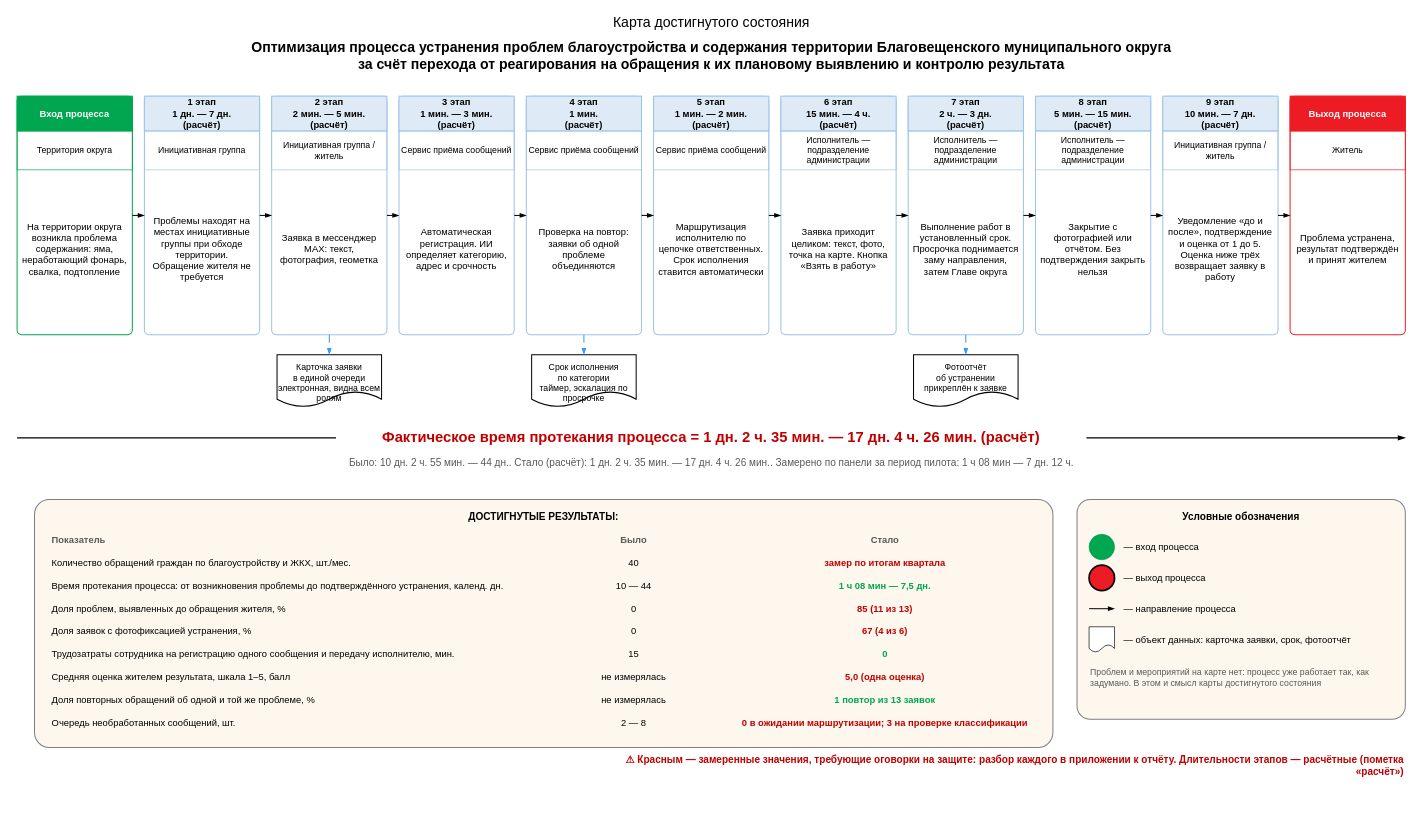
NiceGenn/Team-28-progress keeps this draw.io diagram as файлы/karta-dostignutogo.drawio. Above is the earlier version. Source tidied: cells renumbered, new cells numbered last; positions are measured from the earlier drawing's top-left corner, leaving out a move shared by most shapes. Both pictures are drawn from the tidied source at 67%, with x=0, y=0 at pixel (17, 11).
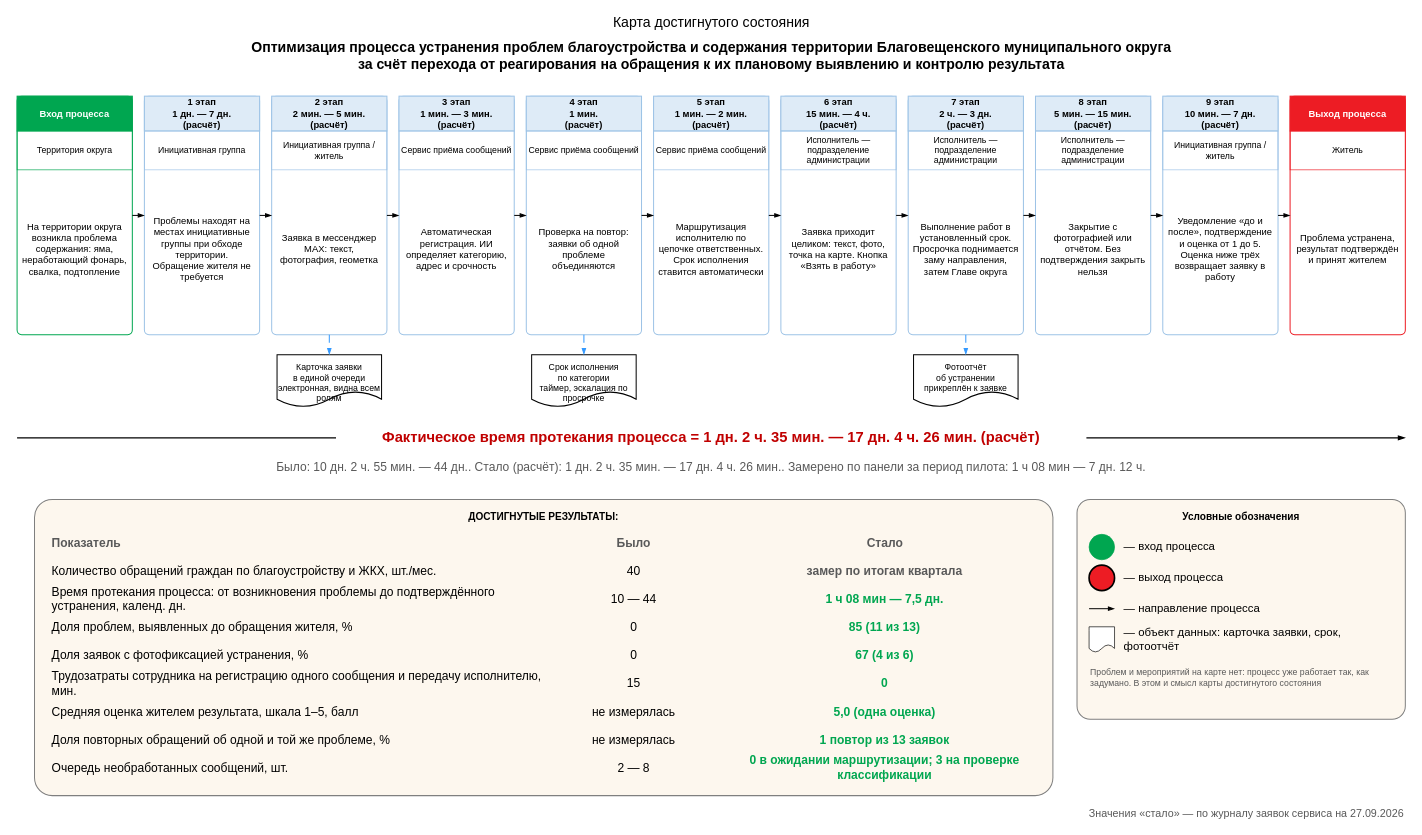
The same page after the edit.

Unchanged cells that the change refers to:
```xml
<mxCell id="95" value="Условные обозначения" style="rounded=1;arcSize=6;whiteSpace=wrap;html=1;fillColor=#FDF7EE;strokeColor=#7F7F7F;strokeWidth=1.5;verticalAlign=top;align=center;fontSize=15;fontStyle=1;spacing=12;" parent="1" vertex="1">
  <mxGeometry x="1582" y="728" width="490" height="328" as="geometry" />
</mxCell>
```

The edit, as a diff of the source:
```diff
@@
-    <mxCell id="66" value="Было: 10 дн. 2 ч. 55 мин. — 44 дн..   Стало (расчёт): 1 дн. 2 ч. 35 мин. — 17 дн. 4 ч. 26 мин..   Замерено по панели за период пилота: 1 ч 08 мин — 7 дн. 12 ч." style="text;html=1;align=center;verticalAlign=middle;fontSize=15;fontColor=#595959;" parent="1" vertex="1">
-      <mxGeometry x="476" y="660" width="1120" height="26" as="geometry" />
+    <mxCell id="66" value="Было: 10 дн. 2 ч. 55 мин. — 44 дн..   Стало (расчёт): 1 дн. 2 ч. 35 мин. — 17 дн. 4 ч. 26 мин..   Замерено по панели за период пилота: 1 ч 08 мин — 7 дн. 12 ч." style="text;html=1;align=center;verticalAlign=middle;whiteSpace=wrap;fontSize=18;fontColor=#595959;" parent="1" vertex="1">
+      <mxGeometry x="136" y="658" width="1800" height="44" as="geometry" />
     </mxCell>
     <mxCell id="67" value="ДОСТИГНУТЫЕ РЕЗУЛЬТАТЫ:" style="rounded=1;arcSize=6;whiteSpace=wrap;html=1;fillColor=#FDF7EE;strokeColor=#7F7F7F;strokeWidth=1.5;verticalAlign=top;align=center;fontSize=15;fontStyle=1;spacing=12;" parent="1" vertex="1">
-      <mxGeometry x="26" y="728" width="1520" height="370" as="geometry" />
+      <mxGeometry x="26" y="728" width="1520" height="442" as="geometry" />
     </mxCell>
-    <mxCell id="68" value="Показатель" style="text;html=1;align=left;verticalAlign=middle;fontSize=14;fontStyle=1;fontColor=#595959;" parent="67" vertex="1">
-      <mxGeometry x="24" y="44" width="750" height="34" as="geometry" />
+    <mxCell id="68" value="Показатель" style="text;html=1;align=left;verticalAlign=middle;fontSize=18;fontStyle=1;fontColor=#595959;" parent="67" vertex="1">
+      <mxGeometry x="24" y="44" width="750" height="42" as="geometry" />
     </mxCell>
-    <mxCell id="69" value="Было" style="text;html=1;align=center;verticalAlign=middle;fontSize=14;fontStyle=1;fontColor=#595959;" parent="67" vertex="1">
-      <mxGeometry x="774" y="44" width="240" height="34" as="geometry" />
+    <mxCell id="69" value="Было" style="text;html=1;align=center;verticalAlign=middle;fontSize=18;fontStyle=1;fontColor=#595959;" parent="67" vertex="1">
+      <mxGeometry x="774" y="44" width="240" height="42" as="geometry" />
     </mxCell>
-    <mxCell id="70" value="Стало" style="text;html=1;align=center;verticalAlign=middle;fontSize=14;fontStyle=1;fontColor=#595959;" parent="67" vertex="1">
-      <mxGeometry x="1024" y="44" width="490" height="34" as="geometry" />
+    <mxCell id="70" value="Стало" style="text;html=1;align=center;verticalAlign=middle;fontSize=18;fontStyle=1;fontColor=#595959;" parent="67" vertex="1">
+      <mxGeometry x="1024" y="44" width="490" height="42" as="geometry" />
     </mxCell>
-    <mxCell id="71" value="Количество обращений граждан по благоустройству и ЖКХ, шт./мес." style="text;html=1;align=left;verticalAlign=middle;fontSize=14;" parent="67" vertex="1">
-      <mxGeometry x="24" y="78" width="750" height="34" as="geometry" />
+    <mxCell id="71" value="Количество обращений граждан по благоустройству и ЖКХ, шт./мес." style="text;html=1;align=left;verticalAlign=middle;whiteSpace=wrap;fontSize=18;" parent="67" vertex="1">
+      <mxGeometry x="24" y="86" width="750" height="42" as="geometry" />
     </mxCell>
-    <mxCell id="72" value="40" style="text;html=1;align=center;verticalAlign=middle;fontSize=14;fontColor=#000000;" parent="67" vertex="1">
-      <mxGeometry x="774" y="78" width="240" height="34" as="geometry" />
+    <mxCell id="72" value="40" style="text;html=1;align=center;verticalAlign=middle;fontSize=18;fontColor=#000000;" parent="67" vertex="1">
+      <mxGeometry x="774" y="86" width="240" height="42" as="geometry" />
     </mxCell>
-    <mxCell id="73" value="замер по итогам квартала" style="text;html=1;align=center;verticalAlign=middle;fontSize=14;fontStyle=1;fontColor=#C00000;" parent="67" vertex="1">
-      <mxGeometry x="1024" y="78" width="490" height="34" as="geometry" />
+    <mxCell id="73" value="замер по итогам квартала" style="text;html=1;align=center;verticalAlign=middle;whiteSpace=wrap;fontSize=18;fontStyle=1;fontColor=#595959;" parent="67" vertex="1">
+      <mxGeometry x="1024" y="86" width="490" height="42" as="geometry" />
     </mxCell>
-    <mxCell id="74" value="Время протекания процесса: от возникновения проблемы до подтверждённого устранения, календ. дн." style="text;html=1;align=left;verticalAlign=middle;fontSize=14;" parent="67" vertex="1">
-      <mxGeometry x="24" y="112" width="750" height="34" as="geometry" />
+    <mxCell id="74" value="Время протекания процесса: от возникновения проблемы до подтверждённого устранения, календ. дн." style="text;html=1;align=left;verticalAlign=middle;whiteSpace=wrap;fontSize=18;" parent="67" vertex="1">
+      <mxGeometry x="24" y="128" width="750" height="42" as="geometry" />
     </mxCell>
-    <mxCell id="75" value="10 — 44" style="text;html=1;align=center;verticalAlign=middle;fontSize=14;fontColor=#000000;" parent="67" vertex="1">
-      <mxGeometry x="774" y="112" width="240" height="34" as="geometry" />
+    <mxCell id="75" value="10 — 44" style="text;html=1;align=center;verticalAlign=middle;fontSize=18;fontColor=#000000;" parent="67" vertex="1">
+      <mxGeometry x="774" y="128" width="240" height="42" as="geometry" />
     </mxCell>
-    <mxCell id="76" value="1 ч 08 мин — 7,5 дн." style="text;html=1;align=center;verticalAlign=middle;fontSize=14;fontStyle=1;fontColor=#00A650;" parent="67" vertex="1">
-      <mxGeometry x="1024" y="112" width="490" height="34" as="geometry" />
+    <mxCell id="76" value="1 ч 08 мин — 7,5 дн." style="text;html=1;align=center;verticalAlign=middle;whiteSpace=wrap;fontSize=18;fontStyle=1;fontColor=#00A650;" parent="67" vertex="1">
+      <mxGeometry x="1024" y="128" width="490" height="42" as="geometry" />
     </mxCell>
-    <mxCell id="77" value="Доля проблем, выявленных до обращения жителя, %" style="text;html=1;align=left;verticalAlign=middle;fontSize=14;" parent="67" vertex="1">
-      <mxGeometry x="24" y="146" width="750" height="34" as="geometry" />
+    <mxCell id="77" value="Доля проблем, выявленных до обращения жителя, %" style="text;html=1;align=left;verticalAlign=middle;whiteSpace=wrap;fontSize=18;" parent="67" vertex="1">
+      <mxGeometry x="24" y="170" width="750" height="42" as="geometry" />
     </mxCell>
-    <mxCell id="78" value="0" style="text;html=1;align=center;verticalAlign=middle;fontSize=14;fontColor=#000000;" parent="67" vertex="1">
-      <mxGeometry x="774" y="146" width="240" height="34" as="geometry" />
+    <mxCell id="78" value="0" style="text;html=1;align=center;verticalAlign=middle;fontSize=18;fontColor=#000000;" parent="67" vertex="1">
+      <mxGeometry x="774" y="170" width="240" height="42" as="geometry" />
     </mxCell>
-    <mxCell id="79" value="85 (11 из 13)" style="text;html=1;align=center;verticalAlign=middle;fontSize=14;fontStyle=1;fontColor=#C00000;" parent="67" vertex="1">
-      <mxGeometry x="1024" y="146" width="490" height="34" as="geometry" />
+    <mxCell id="79" value="85 (11 из 13)" style="text;html=1;align=center;verticalAlign=middle;whiteSpace=wrap;fontSize=18;fontStyle=1;fontColor=#00A650;" parent="67" vertex="1">
+      <mxGeometry x="1024" y="170" width="490" height="42" as="geometry" />
     </mxCell>
-    <mxCell id="80" value="Доля заявок с фотофиксацией устранения, %" style="text;html=1;align=left;verticalAlign=middle;fontSize=14;" parent="67" vertex="1">
-      <mxGeometry x="24" y="180" width="750" height="34" as="geometry" />
+    <mxCell id="80" value="Доля заявок с фотофиксацией устранения, %" style="text;html=1;align=left;verticalAlign=middle;whiteSpace=wrap;fontSize=18;" parent="67" vertex="1">
+      <mxGeometry x="24" y="212" width="750" height="42" as="geometry" />
     </mxCell>
-    <mxCell id="81" value="0" style="text;html=1;align=center;verticalAlign=middle;fontSize=14;fontColor=#000000;" parent="67" vertex="1">
-      <mxGeometry x="774" y="180" width="240" height="34" as="geometry" />
+    <mxCell id="81" value="0" style="text;html=1;align=center;verticalAlign=middle;fontSize=18;fontColor=#000000;" parent="67" vertex="1">
+      <mxGeometry x="774" y="212" width="240" height="42" as="geometry" />
     </mxCell>
-    <mxCell id="82" value="67 (4 из 6)" style="text;html=1;align=center;verticalAlign=middle;fontSize=14;fontStyle=1;fontColor=#C00000;" parent="67" vertex="1">
-      <mxGeometry x="1024" y="180" width="490" height="34" as="geometry" />
+    <mxCell id="82" value="67 (4 из 6)" style="text;html=1;align=center;verticalAlign=middle;whiteSpace=wrap;fontSize=18;fontStyle=1;fontColor=#00A650;" parent="67" vertex="1">
+      <mxGeometry x="1024" y="212" width="490" height="42" as="geometry" />
     </mxCell>
-    <mxCell id="83" value="Трудозатраты сотрудника на регистрацию одного сообщения и передачу исполнителю, мин." style="text;html=1;align=left;verticalAlign=middle;fontSize=14;" parent="67" vertex="1">
-      <mxGeometry x="24" y="214" width="750" height="34" as="geometry" />
+    <mxCell id="83" value="Трудозатраты сотрудника на регистрацию одного сообщения и передачу исполнителю, мин." style="text;html=1;align=left;verticalAlign=middle;whiteSpace=wrap;fontSize=18;" parent="67" vertex="1">
+      <mxGeometry x="24" y="254" width="750" height="42" as="geometry" />
     </mxCell>
-    <mxCell id="84" value="15" style="text;html=1;align=center;verticalAlign=middle;fontSize=14;fontColor=#000000;" parent="67" vertex="1">
-      <mxGeometry x="774" y="214" width="240" height="34" as="geometry" />
+    <mxCell id="84" value="15" style="text;html=1;align=center;verticalAlign=middle;fontSize=18;fontColor=#000000;" parent="67" vertex="1">
+      <mxGeometry x="774" y="254" width="240" height="42" as="geometry" />
     </mxCell>
-    <mxCell id="85" value="0" style="text;html=1;align=center;verticalAlign=middle;fontSize=14;fontStyle=1;fontColor=#00A650;" parent="67" vertex="1">
-      <mxGeometry x="1024" y="214" width="490" height="34" as="geometry" />
+    <mxCell id="85" value="0" style="text;html=1;align=center;verticalAlign=middle;whiteSpace=wrap;fontSize=18;fontStyle=1;fontColor=#00A650;" parent="67" vertex="1">
+      <mxGeometry x="1024" y="254" width="490" height="42" as="geometry" />
     </mxCell>
-    <mxCell id="86" value="Средняя оценка жителем результата, шкала 1–5, балл" style="text;html=1;align=left;verticalAlign=middle;fontSize=14;" parent="67" vertex="1">
-      <mxGeometry x="24" y="248" width="750" height="34" as="geometry" />
+    <mxCell id="86" value="Средняя оценка жителем результата, шкала 1–5, балл" style="text;html=1;align=left;verticalAlign=middle;whiteSpace=wrap;fontSize=18;" parent="67" vertex="1">
+      <mxGeometry x="24" y="296" width="750" height="42" as="geometry" />
     </mxCell>
-    <mxCell id="87" value="не измерялась" style="text;html=1;align=center;verticalAlign=middle;fontSize=14;fontColor=#000000;" parent="67" vertex="1">
-      <mxGeometry x="774" y="248" width="240" height="34" as="geometry" />
+    <mxCell id="87" value="не измерялась" style="text;html=1;align=center;verticalAlign=middle;fontSize=18;fontColor=#000000;" parent="67" vertex="1">
+      <mxGeometry x="774" y="296" width="240" height="42" as="geometry" />
     </mxCell>
-    <mxCell id="88" value="5,0 (одна оценка)" style="text;html=1;align=center;verticalAlign=middle;fontSize=14;fontStyle=1;fontColor=#C00000;" parent="67" vertex="1">
-      <mxGeometry x="1024" y="248" width="490" height="34" as="geometry" />
+    <mxCell id="88" value="5,0 (одна оценка)" style="text;html=1;align=center;verticalAlign=middle;whiteSpace=wrap;fontSize=18;fontStyle=1;fontColor=#00A650;" parent="67" vertex="1">
+      <mxGeometry x="1024" y="296" width="490" height="42" as="geometry" />
     </mxCell>
-    <mxCell id="89" value="Доля повторных обращений об одной и той же проблеме, %" style="text;html=1;align=left;verticalAlign=middle;fontSize=14;" parent="67" vertex="1">
-      <mxGeometry x="24" y="282" width="750" height="34" as="geometry" />
+    <mxCell id="89" value="Доля повторных обращений об одной и той же проблеме, %" style="text;html=1;align=left;verticalAlign=middle;whiteSpace=wrap;fontSize=18;" parent="67" vertex="1">
+      <mxGeometry x="24" y="338" width="750" height="42" as="geometry" />
     </mxCell>
-    <mxCell id="90" value="не измерялась" style="text;html=1;align=center;verticalAlign=middle;fontSize=14;fontColor=#000000;" parent="67" vertex="1">
-      <mxGeometry x="774" y="282" width="240" height="34" as="geometry" />
+    <mxCell id="90" value="не измерялась" style="text;html=1;align=center;verticalAlign=middle;fontSize=18;fontColor=#000000;" parent="67" vertex="1">
+      <mxGeometry x="774" y="338" width="240" height="42" as="geometry" />
     </mxCell>
-    <mxCell id="91" value="1 повтор из 13 заявок" style="text;html=1;align=center;verticalAlign=middle;fontSize=14;fontStyle=1;fontColor=#00A650;" parent="67" vertex="1">
-      <mxGeometry x="1024" y="282" width="490" height="34" as="geometry" />
+    <mxCell id="91" value="1 повтор из 13 заявок" style="text;html=1;align=center;verticalAlign=middle;whiteSpace=wrap;fontSize=18;fontStyle=1;fontColor=#00A650;" parent="67" vertex="1">
+      <mxGeometry x="1024" y="338" width="490" height="42" as="geometry" />
     </mxCell>
-    <mxCell id="92" value="Очередь необработанных сообщений, шт." style="text;html=1;align=left;verticalAlign=middle;fontSize=14;" parent="67" vertex="1">
-      <mxGeometry x="24" y="316" width="750" height="34" as="geometry" />
+    <mxCell id="92" value="Очередь необработанных сообщений, шт." style="text;html=1;align=left;verticalAlign=middle;whiteSpace=wrap;fontSize=18;" parent="67" vertex="1">
+      <mxGeometry x="24" y="380" width="750" height="42" as="geometry" />
     </mxCell>
-    <mxCell id="93" value="2 — 8" style="text;html=1;align=center;verticalAlign=middle;fontSize=14;fontColor=#000000;" parent="67" vertex="1">
-      <mxGeometry x="774" y="316" width="240" height="34" as="geometry" />
+    <mxCell id="93" value="2 — 8" style="text;html=1;align=center;verticalAlign=middle;fontSize=18;fontColor=#000000;" parent="67" vertex="1">
+      <mxGeometry x="774" y="380" width="240" height="42" as="geometry" />
     </mxCell>
-    <mxCell id="94" value="0 в ожидании маршрутизации; 3 на проверке классификации" style="text;html=1;align=center;verticalAlign=middle;fontSize=14;fontStyle=1;fontColor=#C00000;" parent="67" vertex="1">
-      <mxGeometry x="1024" y="316" width="490" height="34" as="geometry" />
+    <mxCell id="94" value="0 в ожидании маршрутизации; 3 на проверке классификации" style="text;html=1;align=center;verticalAlign=middle;whiteSpace=wrap;fontSize=18;fontStyle=1;fontColor=#00A650;" parent="67" vertex="1">
+      <mxGeometry x="1024" y="380" width="490" height="42" as="geometry" />
     </mxCell>
@@
-    <mxCell id="97" value="— вход процесса" style="text;html=1;align=left;verticalAlign=middle;fontSize=14;" parent="95" vertex="1">
+    <mxCell id="97" value="— вход процесса" style="text;html=1;align=left;verticalAlign=middle;whiteSpace=wrap;fontSize=17;" parent="95" vertex="1">
       <mxGeometry x="68" y="48" width="404" height="46" as="geometry" />
     </mxCell>
@@
-    <mxCell id="99" value="— выход процесса" style="text;html=1;align=left;verticalAlign=middle;fontSize=14;" parent="95" vertex="1">
+    <mxCell id="99" value="— выход процесса" style="text;html=1;align=left;verticalAlign=middle;whiteSpace=wrap;fontSize=17;" parent="95" vertex="1">
       <mxGeometry x="68" y="94" width="404" height="46" as="geometry" />
     </mxCell>
@@
-    <mxCell id="101" value="— направление процесса" style="text;html=1;align=left;verticalAlign=middle;fontSize=14;" parent="95" vertex="1">
+    <mxCell id="101" value="— направление процесса" style="text;html=1;align=left;verticalAlign=middle;whiteSpace=wrap;fontSize=17;" parent="95" vertex="1">
       <mxGeometry x="68" y="140" width="404" height="46" as="geometry" />
     </mxCell>
@@
-    <mxCell id="103" value="— объект данных: карточка заявки, срок, фотоотчёт" style="text;html=1;align=left;verticalAlign=middle;fontSize=14;" parent="95" vertex="1">
+    <mxCell id="103" value="— объект данных: карточка заявки, срок, фотоотчёт" style="text;html=1;align=left;verticalAlign=middle;whiteSpace=wrap;fontSize=17;" parent="95" vertex="1">
       <mxGeometry x="68" y="186" width="404" height="46" as="geometry" />
     </mxCell>
@@
-    <mxCell id="105" value="⚠ Красным — замеренные значения, требующие оговорки на защите: разбор каждого в приложении к отчёту. Длительности этапов — расчётные (пометка «расчёт»)" style="text;html=1;align=right;verticalAlign=middle;whiteSpace=wrap;fontSize=15;fontStyle=1;fontColor=#C00000;" parent="1" vertex="1">
-      <mxGeometry x="872" y="1110" width="1200" height="30" as="geometry" />
+    <mxCell id="105" value="Значения «стало» — по журналу заявок сервиса на 27.09.2026" style="text;html=1;align=right;verticalAlign=middle;whiteSpace=wrap;fontSize=16;fontColor=#595959;" parent="1" vertex="1">
+      <mxGeometry x="872" y="1182" width="1200" height="30" as="geometry" />
     </mxCell>
```
